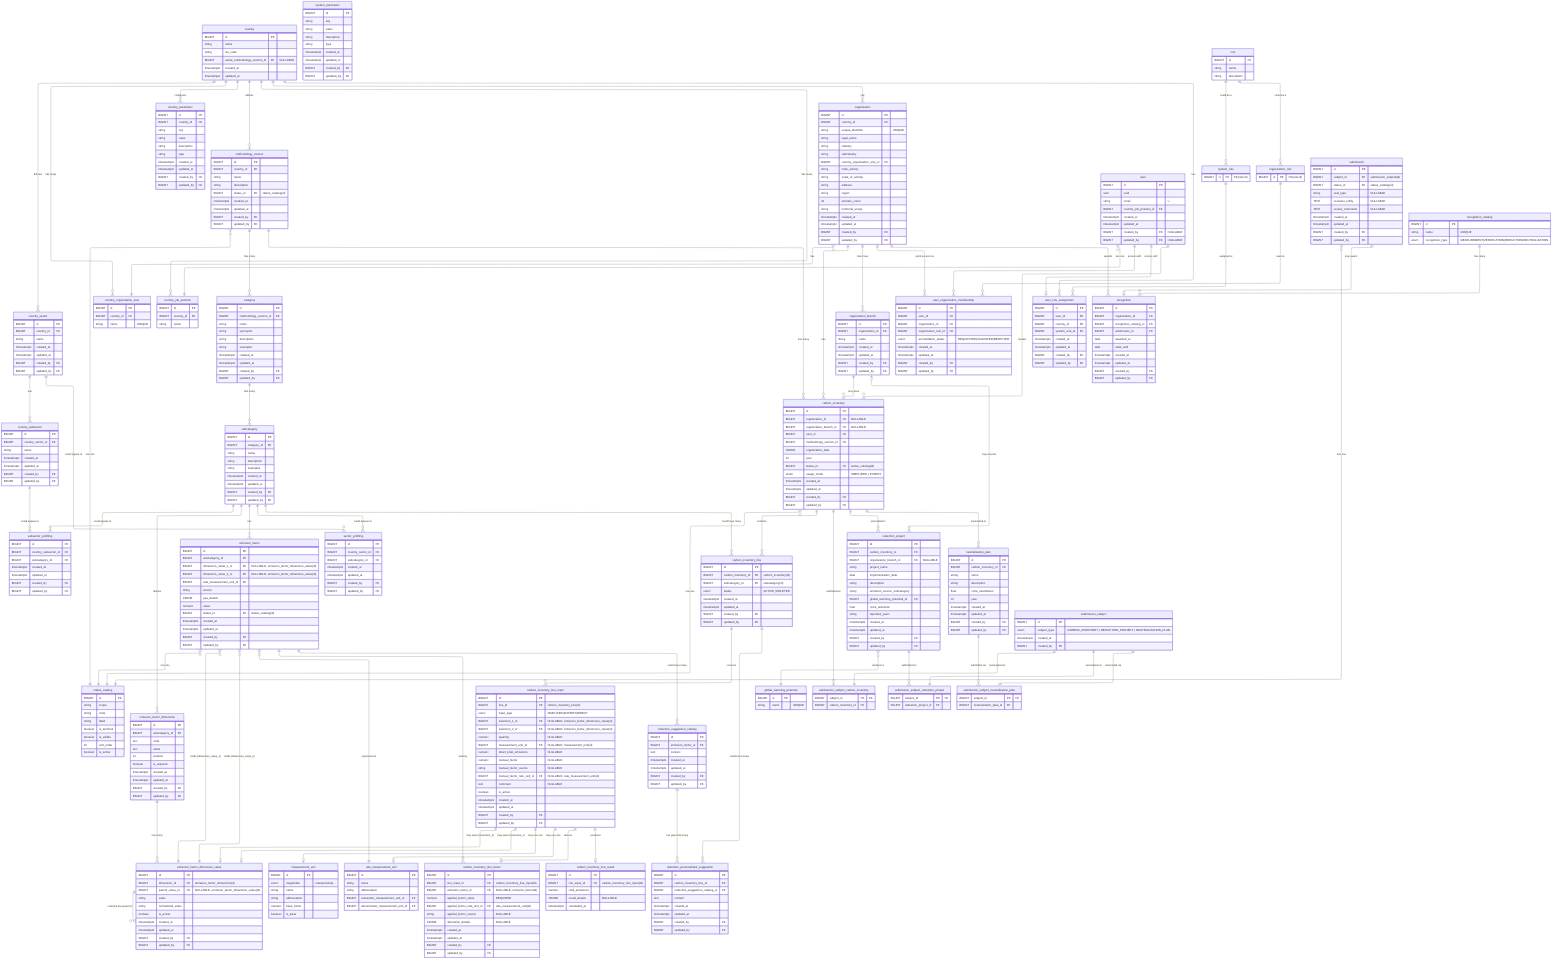
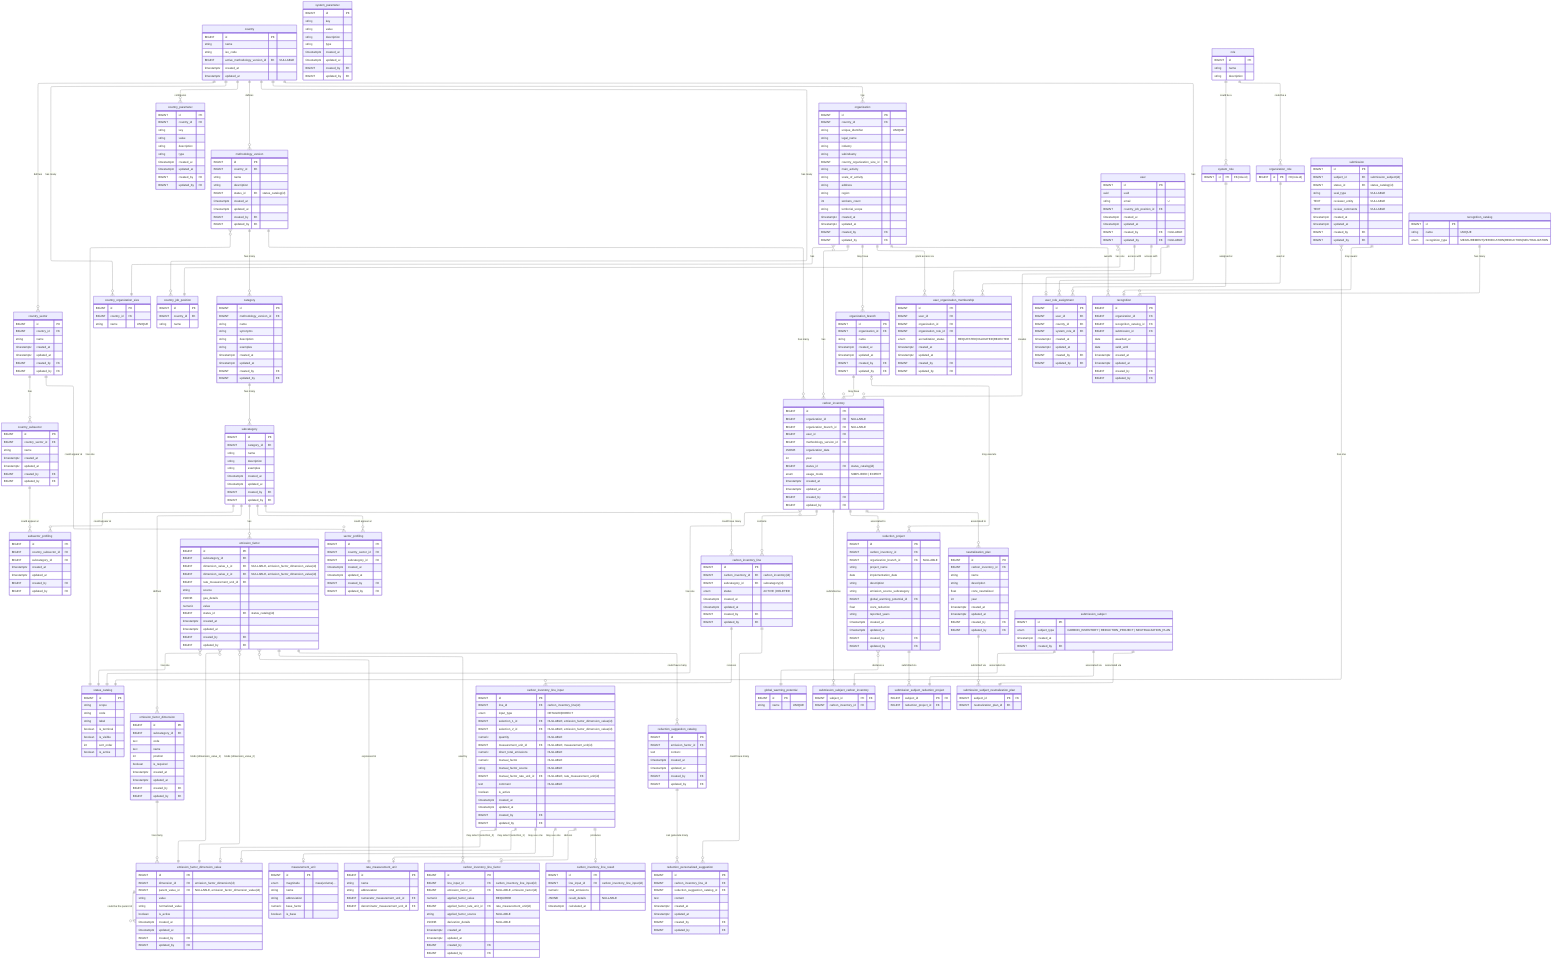
---
config:
  layout: elk
---
erDiagram
	direction TB
- 
- 	%% ============================================================
- 	%% DEPRECATED TABLES
- 	%% ------------------------------------------------------------
- 	%% The following tables are kept for historical reference only:
- 	%% - carbon_inventory_detail
- 	%% They MUST NOT be used for new features.
- 	%% ============================================================
- 	%% carbon_inventory_detail {
- 	%% 	  BIGINT id PK ""
- 	%% 	  BIGINT carbon_inventory_id FK ""
- 	%% 	  BIGINT subcategory_id FK ""
- 	%% 	  enum type "DETAILED | TOTAL"
- 	%% 	  string first_selection "NULLABLE"
- 	%% 	  string second_selection "NULLABLE"
- 	%% 	  float quantity  "NULLABLE"
- 	%% 	  BIGINT measurement_unit_id FK "NULLABLE"
- 	%% 	  float factor "NULLABLE"
- 	%% 	  BIGINT factor_rate_measurement_unit_id FK "NULLABLE"
- 	%% 	  string factor_source "NULLABLE"
- 	%% 	  BIGINT emission_factor_id FK "NULLABLE"
- 	%% 	  float total_emissions "NULLABLE"
- 	%% 	  text comment  "NULLABLE"
- 	%% 	  BIGINT status_id FK "status_catalog(id)"
- 	%% 	  %% Restricciones:
- 	%% 	  %% Si type==SIMPLIFIED, el usuario llenará first_selection, second_selection, quantity, measurement_unit_id y la plataforma automáticamente escogerá un emission_factor_id y copiará el valor del factor, lo transformará a la misma unidad de medida del usuario y llenará factor y factor_rate_measurement_unit_id. Finalmente hará el P*Q y llenará total_emissions
- 	%% 	  %% Si type==EXPERT, el usuario llenará first_selection, second_selection, quantity, measurement_unit_id, factor y el factor_source. El factor_rate_measurement_unit_id se escogerá automáticamente según el measurement_unit_id. emission_factor_id será NULL. Finalmente la plataforma hará el P*Q y llenará total_emissions
- 	%% 	  %% Si type==DIRECT, todas las columnas serán NULL y el usuario ingresará el valor directo a total_emissions.
- 	%% 	  %% Alternar el type no modificará las filas, sino que marcará las actuales como status=OUTDATED y creará nuevas filas con el type adecuado (si no existen aún). Si ya existían, las recuperará a ACTIVE.
- 	%% 	  %% Todas las filas con status ACTIVE deben ser del mismo type.
- 	%% 	  %% Las filas DELETED nunca se recuperan, quedan para trazabilidad.
- 	%% }

	%% ============================================================
	%% Design Principles
	%% ============================================================

	%% 🔷 Core Modeling Principles
	%% 	1.	Each table has a single, well-defined responsibility
	%% Tables are designed to represent one concept only (e.g. configuration, input, result, workflow), avoiding mixed concerns.

	%% 	2.	Relationships reflect real business rules, not just foreign keys
	%% Cardinalities and optionality are chosen to express domain constraints, not merely technical implementation details.

	%% 	3.	Nullability is intentional and meaningful
	%% Nullable fields indicate valid domain states (e.g. optional associations, draft data), not incomplete design.

	%% ⸻

	%% 🔷 Configuration & Reference Data
	%% 	4.	Reference data is normalized and centralized
	%% Shared concepts (statuses, units, potentials) are defined once and reused across the system.

	%% 	5.	Volatile enums are modeled as tables, not database ENUMs
	%% Any value expected to evolve (statuses, workflows) is stored in catalog tables to avoid schema migrations.

	%% 	6.	Stable physical concepts may use ENUMs
	%% Concepts that are scientifically stable (e.g. unit magnitude, usage mode) may use database ENUMs for safety and clarity.

	%% ⸻

	%% 🔷 Methodology & Emission Factors

	%% 	7.	Methodology is versioned and country-scoped
	%% All categories, subcategories, and factors belong to a specific methodology version tied to a country.

	%% 	8.	Emission factors are defined by standardized dimensions, not free text
	%% User selections and factor matching are driven by normalized dimension values to ensure consistency and correctness.

	%% 	9.	Dimension cardinality reflects domain reality, not generic flexibility
	%% Emission factors support up to two dimensions by design, matching current methodology requirements and admin workflows.

	%% 	10.	Administrative workflows are hierarchical and sequential
	%% New entities are created top-down (category → subcategory → dimension → value → factor), enforcing consistency at each level.

	%% ⸻

	%% 🔷 Inventory & Calculation

	%% 	11.	Input, factor selection, and results are modeled as separate concerns
	%% User input, factor derivation, and calculated results are stored in distinct tables for clarity and auditability.

	%% 	12.	Results are always derived from immutable input snapshots
	%% Calculated emissions reference the exact input used, ensuring reproducibility even if inputs change later.

	%% 	13.	Historical data is preserved; updates create new versions
	%% Changes do not overwrite previous data but create new records, maintaining a complete audit trail.

	%% ⸻

	%% 🔷 Workflow & Submissions

	%% 	14.	Workflows are modeled as data, not booleans
	%% Submissions, approvals, and recognitions are represented explicitly rather than inferred from flags.

	%% 	15.	Polymorphism is handled via explicit subject tables
	%% Submissions reference a generic subject entity with concrete subtype tables, avoiding nullable polymorphic foreign keys.

	%% 	16.	Recognitions are awarded based on submissions, not raw entities
	%% This ensures all awards are traceable to a validated review process.

	%% ⸻

	%% 🔷 Audit & Governance

	%% 	17.	Audit fields are applied based on responsibility and mutability
	%% Operational tables are auditable; reference and system-owned tables may omit audit fields by design.

	%% 	18.	System-generated data does not pretend to have an author
	%% Automatically calculated results record timestamps but not created_by or updated_by.

	%% 	19.	Database constraints enforce correctness wherever possible
	%% Uniqueness, consistency, and invariants are enforced at the database level rather than relying solely on application logic.


	%% ⸻

	%% 🔷 Evolution & Maintainability

	%% 	20.	Design favors clarity and correctness over premature generalization
	%% Flexibility is introduced only when driven by real domain requirements, not hypothetical future use cases.

	%% 	21.	Future extensions are possible without breaking existing data
	%% The model anticipates evolution (e.g. new methodologies, new workflows) while keeping current usage simple and explicit.

	%% ⸻

	%% These principles are intentional.
	%% Changes to the model should preserve these invariants unless there is a clear domain-driven reason to evolve them.

	%% ============================================================
	%% 🟦 Country & configuration (7)
	%% ============================================================

	country {
		BIGINT id PK ""
		string name  ""
		string iso_code  ""
		BIGINT active_methodology_version_id FK "NULLABLE"
		timestamptz created_at  ""
		timestamptz updated_at  ""
	}

	country_parameter {
		BIGINT id PK ""
		BIGINT country_id FK ""
		string key  ""
		string value  ""
		string description  ""
		string type  ""
		timestamptz created_at  ""
		timestamptz updated_at  ""
		BIGINT created_by FK ""
		BIGINT updated_by FK ""
	}

	system_parameter {
		BIGINT id PK ""
		string key  ""
		string value  ""
		string description  ""
		string type  ""
		timestamptz created_at  ""
		timestamptz updated_at  ""
		BIGINT created_by FK ""
		BIGINT updated_by FK ""
	}

	country_sector {
		BIGINT id PK ""
		BIGINT country_id FK ""
		string name  ""
		timestamptz created_at  ""
		timestamptz updated_at  ""
		BIGINT created_by FK ""
		BIGINT updated_by FK ""
	}

	country_subsector {
		BIGINT id PK ""
		BIGINT country_sector_id FK ""
		string name  ""
		timestamptz created_at  ""
		timestamptz updated_at  ""
		BIGINT created_by FK ""
		BIGINT updated_by FK ""
	}

	country_organization_size {
		BIGINT id PK ""
		BIGINT country_id FK ""
		string name  "UNIQUE"
	}

	country_job_position {
		BIGINT id PK ""
		BIGINT country_id FK ""
		string name  ""
	}

	%% Postgres ENUM is great when values are stable forever (e.g., magnitude = mass|volume|energy). It becomes painful when values are product-managed and will evolve (status workflows, modes, etc.).
	status_catalog {
		BIGINT id PK ""
		%% Like: SUBMISSION | CARBON_INVENTORY | ENTITY
		string scope
		%% Like: DRAFT, ACTIVE, DELETED, OUTDATED, SUBMITTED, APPROVED, REJECTED, ...
		string code
		string label
		boolean is_terminal ""
		boolean is_visible ""
		int sort_order ""
		boolean is_active ""
		%% UNIQUE(scope, code)
		%% To prevent misuse we will use convention & tests
		%% To avoid misuse we will implement DB trigger to validate status.scope against the referencing table
	}

	%% ============================================================
	%% 🟩 Methodology & factors (9)
	%% ============================================================

	methodology_version {
		BIGINT id PK ""
		BIGINT country_id FK ""
		string name  ""
		string description  ""
		%% Uses all status values
		BIGINT status_id FK "status_catalog(id)"
		timestamptz created_at  ""
		timestamptz updated_at  ""
		BIGINT created_by FK ""
		BIGINT updated_by FK ""
		%% Enforce via trigger at most 1 active per country
		%% Enforce via DB trigger on country table: validates country.active_methodology_version_id (when NOT NULL) references a methodology_version row where status_id points to status_catalog with code='ACTIVE'. Trigger runs BEFORE INSERT/UPDATE on country, raises error if validation fails. Implementation: CREATE TRIGGER validate_country_active_methodology_version BEFORE INSERT OR UPDATE ON country FOR EACH ROW EXECUTE FUNCTION check_active_methodology_version_status()
	}

	category {
		BIGINT id PK ""
		BIGINT methodology_version_id FK ""
		string name  ""
		%% just for displaying
		string synonyms ""
		%% just for displaying
		string description  ""
		%% just for displaying
		string examples ""
		timestamptz created_at  ""
		timestamptz updated_at  ""
		BIGINT created_by FK ""
		BIGINT updated_by FK ""
	}

	subcategory {
		BIGINT id PK ""
		BIGINT category_id FK ""
		string name  ""
		%% just for displaying
		string description  ""
		%% just for displaying
		string examples ""
		timestamptz created_at  ""
		timestamptz updated_at  ""
		BIGINT created_by FK ""
		BIGINT updated_by FK ""
	}

	emission_factor_dimension {
		BIGINT id PK ""
		BIGINT subcategory_id FK ""
		%% Like: FUEL_GROUP, FUEL_TYPE, GAS_TYPE
		text code ""
		%% Like: Tipo de combustible, Tipo de gas
		text name ""
		%% Like: 1, 2, 3 (order in UI & logic)
		int position ""
		boolean is_required ""
		timestamptz created_at  ""
		timestamptz updated_at  ""
		BIGINT created_by FK ""
		BIGINT updated_by FK ""
		%% UNIQUE(subcategory_id, position),
		%% UNIQUE(subcategory_id, code)
	}

	emission_factor_dimension_value {
		BIGINT id PK ""
		BIGINT dimension_id FK "emission_factor_dimension(id)"
		BIGINT parent_value_id FK "NULLABLE, emission_factor_dimension_value(id)"
		%% Like: Natural gas, Diesel, Kerosene, etc
		string value ""
		string normalized_value ""
		boolean is_active ""
		timestamptz created_at  ""
		timestamptz updated_at  ""
		BIGINT created_by FK ""
		BIGINT updated_by FK ""
		%% UNIQUE(dimension_id, normalized_value)
	}

	emission_factor {
		BIGINT id PK ""
		BIGINT subcategory_id FK ""
		%% Emission factors currently support up to two dimensions via fixed columns.
		%% A binding table was considered for unbounded dimensions but intentionally not used to keep queries and constraints simple.
		BIGINT dimension_value_1_id FK "NULLABLE, emission_factor_dimension_value(id)"
		BIGINT dimension_value_2_id FK "NULLABLE, emission_factor_dimension_value(id)"
		BIGINT rate_measurement_unit_id FK ""
		string source  ""
		JSONB gas_details ""
		numeric value  ""
		%% Uses all status values
		BIGINT status_id FK "status_catalog(id)"
		timestamptz created_at  ""
		timestamptz updated_at  ""
		BIGINT created_by FK ""
		BIGINT updated_by FK ""
		%% Enforce UNIQUE (subcategory_id, dimension_value_1_id, dimension_value_2_id) WHERE status = 'ACTIVE'
	}

	sector_profiling {
		BIGINT id PK ""
		BIGINT country_sector_id FK ""
		BIGINT subcategory_id FK ""
		timestamptz created_at  ""
		timestamptz updated_at  ""
		BIGINT created_by FK ""
		BIGINT updated_by FK ""
		%% UNIQUE(country_sector_id, subcategory_id)
	}

	subsector_profiling {
		BIGINT id PK ""
		BIGINT country_subsector_id FK ""
		BIGINT subcategory_id FK ""
		timestamptz created_at  ""
		timestamptz updated_at  ""
		BIGINT created_by FK ""
		BIGINT updated_by FK ""
		%% UNIQUE(country_subsector_id, subcategory_id)
	}

	measurement_unit {
		BIGINT id PK ""
		enum magnitude  "mass|volume|..."
		string name  ""
		string abbreviation  ""
		numeric base_factor  ""
		boolean is_base  ""
		%% Enforce UNIQUE (magnitude) WHERE is_base = true
	}

	rate_measurement_unit {
		BIGINT id PK ""
		string name  ""
		string abbreviation  ""
		BIGINT numerator_measurement_unit_id FK ""
		BIGINT denominator_measurement_unit_id FK ""
	}

	global_warming_potential {
		BIGINT id PK ""
		string name "UNIQUE"
		%% AR4, AR5, etc...
	}

	%% ============================================================
	%% 🟨 Organizations & users (8)
	%% ============================================================

	organization {
		BIGINT id PK ""
		BIGINT country_id FK ""
		string unique_identifier  "UNIQUE"
		string legal_name  ""
		string industry  ""
		string subindustry  ""
		BIGINT country_organization_size_id FK ""
		string main_activity  ""
		string scale_of_activity  ""
		string address  ""
		string region  ""
		int workers_count  ""
		string territorial_scope  ""
		timestamptz created_at  ""
		timestamptz updated_at  ""
		BIGINT created_by FK ""
		BIGINT updated_by FK ""
	}

	organization_branch {
		BIGINT id PK ""
		BIGINT organization_id FK ""
		string name  ""
		timestamptz created_at  ""
		timestamptz updated_at  ""
		BIGINT created_by FK ""
		BIGINT updated_by FK ""
	}

	user {
		BIGINT id PK ""
		uuid uuid  ""
		string email  "U"
		BIGINT country_job_position_id FK ""
		timestamptz created_at  ""
		timestamptz updated_at  ""
		BIGINT created_by FK "NULLABLE"
		BIGINT updated_by FK "NULLABLE"
	}

	%% abstract parent table
	role {
		BIGINT id PK ""
		string name ""
		string description ""
	}

	system_role {
		BIGINT id PK "FK(role.id)"
	}

	organization_role {
		BIGINT id PK "FK(role.id)"
	}

	user_organization_membership {
		BIGINT id PK ""
		BIGINT user_id FK ""
		BIGINT organization_id FK ""
		BIGINT organization_role_id FK ""
		enum accreditation_status  "REQUESTED|VALIDATED|REJECTED"
		timestamptz created_at  ""
		timestamptz updated_at  ""
		BIGINT created_by FK ""
		BIGINT updated_by FK ""
		%% UNIQUE(user_id, organization_id, organization_role_id)
	}

	user_role_assignment {
		BIGINT id PK ""
		BIGINT user_id FK ""
		BIGINT country_id FK ""
		BIGINT system_role_id FK ""
		timestamptz created_at  ""
		timestamptz updated_at  ""
		BIGINT created_by FK ""
		BIGINT updated_by FK ""
		%% UNIQUE(user_id, country_id, system_role_id)
	}

	%% ============================================================
	%% 🟧 Inventory & calculation (9)
	%% ============================================================

	%% organization & organization_branch will be NULL when user does not belongs to any org.
	carbon_inventory {
		BIGINT id PK ""
		BIGINT organization_id FK "NULLABLE"
		BIGINT organization_branch_id FK "NULLABLE"
		BIGINT user_id FK ""
		BIGINT methodology_version_id FK ""
		JSONB organization_data  ""
		int year  ""
		BIGINT status_id FK "status_catalog(id)"
		%% Using an enum because we are 100% sure it will never change
		enum usage_mode  "SIMPLIFIED | EXPERT"
		timestamptz created_at  ""
		timestamptz updated_at  ""
		BIGINT created_by FK ""
		BIGINT updated_by FK ""
		%% CHECK ((organization_id IS NOT NULL AND organization_branch_id IS NULL) OR (organization_branch_id IS NOT NULL))
	}

	%% A "line" represents what is being measured (subcategory) for a given inventory.
	%% We do not store quantities/factors/selections here. It's the anchor.
	carbon_inventory_line {
		BIGINT id PK ""
		BIGINT carbon_inventory_id FK "carbon_inventory(id)"
		BIGINT subcategory_id FK "subcategory(id)"

		enum status "ACTIVE | DELETED"
		timestamptz created_at  ""
		timestamptz updated_at  ""
		BIGINT created_by FK ""
		BIGINT updated_by FK ""
	}

	carbon_inventory_line_input {
		BIGINT id PK ""
		BIGINT line_id FK "carbon_inventory_line(id)"
- 		enum input_type "SIMPLIFIED|EXPERT|DIRECT"
+ 		enum input_type "DETAILED|DIRECT"

		%% the "dimension selections" (more on dimension standardization in section 4)
		BIGINT selection_1_id FK "NULLABLE, emission_factor_dimension_value(id)"
		BIGINT selection_2_id FK "NULLABLE, emission_factor_dimension_value(id)"

		numeric quantity "NULLABLE"
		BIGINT measurement_unit_id FK "NULLABLE, measurement_unit(id)"

		%% For DIRECT mode:
		numeric direct_total_emissions "NULLABLE"

		%% For EXPERT mode:
		numeric manual_factor "NULLABLE"
		string manual_factor_source "NULLABLE"
		BIGINT manual_factor_rate_unit_id FK "NULLABLE, rate_measurement_unit(id)"

		text comment "NULLABLE"
		boolean is_active ""
		timestamptz created_at  ""
		timestamptz updated_at  ""
		BIGINT created_by FK ""
		BIGINT updated_by FK ""
		%% Enforce only one active input per line: UNIQUE(line_id) WHERE is_active = true
	}

	%% This stores "what factor did we use, after conversions, and why" so results are reproducible.
	carbon_inventory_line_factor {
		BIGINT id PK ""
		BIGINT line_input_id FK "carbon_inventory_line_input(id)"

		%% chosen factor: either from catalog (simplified) or null for expert/direct
		BIGINT emission_factor_id FK "NULLABLE, emission_factor(id)"

		%% normalized factor actually used in the computation (post-conversion)
		%% REQUIRED: Must always be present for result reproducibility
		numeric applied_factor_value "REQUIRED"
		BIGINT applied_factor_rate_unit_id FK "rate_measurement_unit(id)"
		string applied_factor_source "NULLABLE"

		%% optionally store a JSON blob explaining conversion steps for auditability
		JSONB derivation_details "NULLABLE"

		timestamptz created_at  ""
		timestamptz updated_at  ""
		BIGINT created_by FK ""
		BIGINT updated_by FK ""
		%% Enforce 1 factor row per input: UNIQUE(line_input_id)
	}

	carbon_inventory_line_result {
		BIGINT id PK ""
		BIGINT line_input_id FK "carbon_inventory_line_input(id)"
		numeric total_emissions ""
		%% optionally store breakdown: per-gas, CO2e, etc.
		JSONB result_details "NULLABLE"
		timestamptz calculated_at ""
		%% Ensure 1 result per input: UNIQUE(line_input_id)
	}

	reduction_suggestion_catalog {
		BIGINT id PK ""
		BIGINT emission_factor_id FK ""
		text content  ""
		timestamptz created_at  ""
		timestamptz updated_at  ""
		BIGINT created_by FK ""
		BIGINT updated_by FK ""
	}

	%% We plan to create these suggestion with AI
	reduction_personalized_suggestion {
		BIGINT id PK ""
		BIGINT carbon_inventory_line_id FK ""
		BIGINT reduction_suggestion_catalog_id FK ""
		text content  ""
		timestamptz created_at  ""
		timestamptz updated_at  ""
		BIGINT created_by FK ""
		BIGINT updated_by FK ""
	}

	reduction_project {
		BIGINT id PK ""
		BIGINT carbon_inventory_id FK ""
		BIGINT organization_branch_id FK "NULLABLE"
		string project_name  ""
		date implementation_date  ""
		string description  ""
		string emission_source_subcategory  ""
		BIGINT global_warming_potential_id FK ""
		float co2e_reduction  ""
		string reported_years  ""
		timestamptz created_at  ""
		timestamptz updated_at  ""
		BIGINT created_by FK ""
		BIGINT updated_by FK ""
	}

	neutralization_plan {
		BIGINT id PK ""
		BIGINT carbon_inventory_id FK ""
		string name  ""
		string description  ""
		float co2e_neutralized  ""
		int year  ""
		timestamptz created_at  ""
		timestamptz updated_at  ""
		BIGINT created_by FK ""
		BIGINT updated_by FK ""
	}

	%% ============================================================
	%% 🟥 Submissions & recognition (7)
	%% ============================================================

	%% Read the docs about the submissions model design here: https://www.notion.so/Modelo-E-R-para-Submissions-2d318d2c8901805ab8f9eed2a9d9d702?source=copy_link
	%% The data within this table is immutable once created
	submission_subject {
		BIGINT id PK ""
		enum subject_type "CARBON_INVENTORY | REDUCTION_PROJECT | NEUTRALIZATION_PLAN"
		timestamptz created_at  ""
		BIGINT created_by FK ""
	}

	%% The data within this table is immutable once created
	submission_subject_carbon_inventory {
		BIGINT subject_id PK "FK"
		BIGINT carbon_inventory_id FK ""
	}

	%% The data within this table is immutable once created
	submission_subject_reduction_project {
		BIGINT subject_id PK "FK"
		BIGINT reduction_project_id FK ""
	}

	%% The data within this table is immutable once created
	submission_subject_neutralization_plan {
		BIGINT subject_id PK "FK"
		BIGINT neutralization_plan_id FK ""
	}

	submission {
		BIGINT id PK ""
		BIGINT subject_id FK "submission_subject(id)"
		BIGINT status_id FK "status_catalog(id)"
		string seal_type  "NULLABLE"
		TEXT reviewer_entity "NULLABLE"
		TEXT review_comments "NULLABLE"
		timestamptz created_at  ""
		timestamptz updated_at  ""
		BIGINT created_by FK ""
		BIGINT updated_by FK ""
	}

	recognition_catalog {
		BIGINT id PK ""
		string name "UNIQUE"
		enum recognition_type  "MEASUREMENT|VERIFICATION|REDUCTION|NEUTRALIZATION"
	}

	recognition {
		BIGINT id PK ""
		BIGINT organization_id FK ""
		BIGINT recognition_catalog_id FK ""
		BIGINT submission_id FK ""
		date awarded_at  ""
		date valid_until  ""
		timestamptz created_at  ""
		timestamptz updated_at  ""
		BIGINT created_by FK ""
		BIGINT updated_by FK ""
	}

	%% ============================================================
	%% Others
	%% ============================================================


%% ============================================================
%% Relationships
%% ============================================================

country
	country ||--o{ country_parameter : "configures"
	country ||--o{ country_sector : "defines"
	country ||--o{ methodology_version : "defines"
	country ||--o{ organization : "has"
	country ||--o{ user_role_assignment : "has"
	country ||--o{ country_organization_size: "has many"
	country ||--o{ country_job_position : "has many"

country_sector
	country_sector ||--o{ country_subsector : "has"
	country_sector ||--o{ sector_profiling : "could appear at"

country_subsector
	country_subsector ||--o{ subsector_profiling : "could appear at"

organization
	organization ||--o{ carbon_inventory : "has"
	organization ||--o{ organization_branch : "may have"
	organization ||--o{ recognition : "awards"
	organization ||--o{ user_organization_membership : "grant access via"
	organization }o--|| country_organization_size : "has"

organization_branch
	organization_branch |o--o{ reduction_project : "may execute"
	organization_branch ||--o{ carbon_inventory : "may have"

recognition_catalog
	recognition_catalog ||--o{ recognition  : "has many"

role
	role ||--o{ system_role : "could be a"
	role ||--o{ organization_role : "could be a"
	organization_role ||--o{ user_organization_membership : "used at"
	system_role ||--o{ user_role_assignment : "assigned at"

user
	user ||--o{ carbon_inventory : "creates"
	user ||--o{ user_organization_membership : "access with"
	user }o--|| country_job_position : "has one"
	user ||--o| user_role_assignment : "access with"

methodology_version
	methodology_version ||--o{ carbon_inventory : "has many"
	methodology_version ||--o{ category : "has many"
	methodology_version }o--|| status_catalog : "has one"

category
	category ||--o{ subcategory : "has many"

subcategory
	subcategory ||--o{ emission_factor_dimension: "defines"
	%% A subcategory may exist with zero emission factors:
	subcategory ||--o{ emission_factor: "has"
	subcategory ||--o{ sector_profiling: "could appear at"
	subcategory ||--o{ subsector_profiling: "could appear at"
	subcategory ||--o{ carbon_inventory_line: "could have many"

emission_factor_dimension
	emission_factor_dimension ||--o{ emission_factor_dimension_value : "has many"

emission_factor_dimension_value
	emission_factor_dimension_value ||--o{ emission_factor_dimension_value : "could be the parent of"

emission_factor
	emission_factor ||--o{ reduction_suggestion_catalog : "could have many"
	emission_factor ||--o{ carbon_inventory_line_factor : "used by"
	emission_factor }o--|| rate_measurement_unit : "expressed in"
	emission_factor }o--|| status_catalog : "has one"
	%% At most 2 values, depending on subcategory configuration:
	emission_factor }o--|| emission_factor_dimension_value : "binds (dimension_value_1)"
	emission_factor }o--|| emission_factor_dimension_value : "binds (dimension_value_2)"

carbon_inventory
	carbon_inventory ||--o{ carbon_inventory_line: "contains"
	carbon_inventory ||--o{ submission_subject_carbon_inventory: "submitted as"
	carbon_inventory ||--o{ neutralization_plan: "associated to"
	carbon_inventory ||--o{ reduction_project: "associated to"
	carbon_inventory }o--|| status_catalog: "has one"

carbon_inventory_line
	carbon_inventory_line ||--o{ reduction_personalized_suggestion: "could have many"
	carbon_inventory_line ||--o{ carbon_inventory_line_input: "receives"

carbon_inventory_line_input
	carbon_inventory_line_input ||--o| emission_factor_dimension_value: "may select (selection_1)"
	carbon_inventory_line_input ||--o| emission_factor_dimension_value: "may select (selection_2)"
	carbon_inventory_line_input ||--o| measurement_unit: "may use one"
	carbon_inventory_line_input ||--o| rate_measurement_unit: "may use one"
	carbon_inventory_line_input ||--o| carbon_inventory_line_factor: "derives"
	carbon_inventory_line_input ||--o| carbon_inventory_line_result: "produces"

submission_subject
	submission_subject ||--|| submission_subject_carbon_inventory : "associated via"
	submission_subject ||--|| submission_subject_reduction_project : "associated via"
	submission_subject ||--|| submission_subject_neutralization_plan : "associated via"

submission
	submission ||--o| recognition: "may award"
	submission }o--|| status_catalog: "has one"

neutralization_plan
	neutralization_plan ||--o{ submission_subject_neutralization_plan : "submitted via"

reduction_project
	reduction_project ||--o{ submission_subject_reduction_project : "submitted via"
	reduction_project }o--|| global_warming_potential : "declares a"

reduction_suggestion_catalog
	reduction_suggestion_catalog ||--o{ reduction_personalized_suggestion : "can generate many"